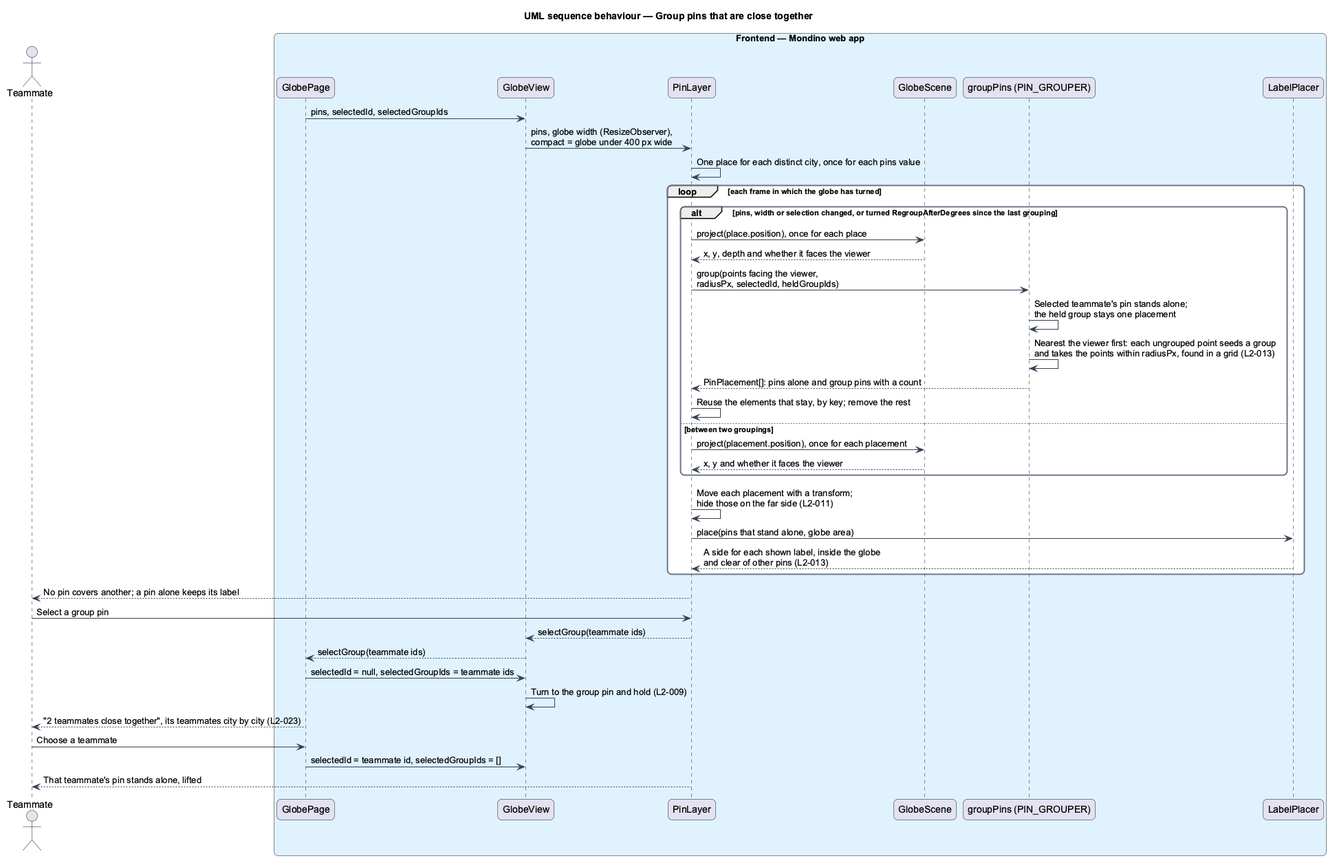
Earlier version of the PlantUML export docs/detailed-designs/globe/show-pins/diagrams/sequence-group-pins.png (QuinntyneBrown/Mondino). The source it was exported from:
```plantuml
@startuml
title UML sequence behaviour — Group pins that are close together
skinparam backgroundColor #FFFFFF
skinparam shadowing false
skinparam roundcorner 12
skinparam defaultFontName Arial
skinparam ArrowColor #344054
skinparam rectangle {
  BorderColor #344054
  FontColor #101828
}
skinparam package {
  BorderColor #667085
  FontColor #101828
  BackgroundColor #F9FAFB
}
actor "Teammate" as actor
box "Frontend — Mondino web app" #E0F2FE
  participant "GlobePage" as page
  participant "GlobeView" as view
  participant "PinLayer" as layer
  participant "GlobeScene" as scene
  participant "groupPins (PIN_GROUPER)" as grouper
  participant "LabelPlacer" as labels
end box
page -> view : pins, selectedId, selectedGroupIds
view -> layer : pins, globe width (ResizeObserver),\ncompact = globe under 400 px wide
layer -> layer : One place for each distinct city, once for each pins value
loop each frame in which the globe has turned
  alt pins, width or selection changed, or turned RegroupAfterDegrees since the last grouping
    layer -> scene : project(place.position), once for each place
    scene --> layer : x, y, depth and whether it faces the viewer
    layer -> grouper : group(points facing the viewer,\nradiusPx, selectedId, heldGroupIds)
    grouper -> grouper : Selected teammate's pin stands alone;\nthe held group stays one placement
    grouper -> grouper : Nearest the viewer first: each ungrouped point seeds a group\nand takes the points within radiusPx, found in a grid (L2-013)
    grouper --> layer : PinPlacement[]: pins alone and group pins with a count
    layer -> layer : Reuse the elements that stay, by key; remove the rest
  else between two groupings
    layer -> scene : project(placement.position), once for each placement
    scene --> layer : x, y and whether it faces the viewer
  end
  layer -> layer : Move each placement with a transform;\nhide those on the far side (L2-011)
  layer -> labels : place(pins that stand alone, globe area)
  labels --> layer : A side for each shown label, inside the globe\nand clear of other pins (L2-013)
end
layer --> actor : No pin covers another; a pin alone keeps its label
actor -> layer : Select a group pin
layer --> view : selectGroup(teammate ids)
view --> page : selectGroup(teammate ids)
page -> view : selectedId = null, selectedGroupIds = teammate ids
view -> view : Turn to the group pin and hold (L2-009)
page --> actor : "2 teammates close together", its teammates city by city (L2-023)
actor -> page : Choose a teammate
page -> view : selectedId = teammate id, selectedGroupIds = []
layer --> actor : That teammate's pin stands alone, lifted
@enduml
```
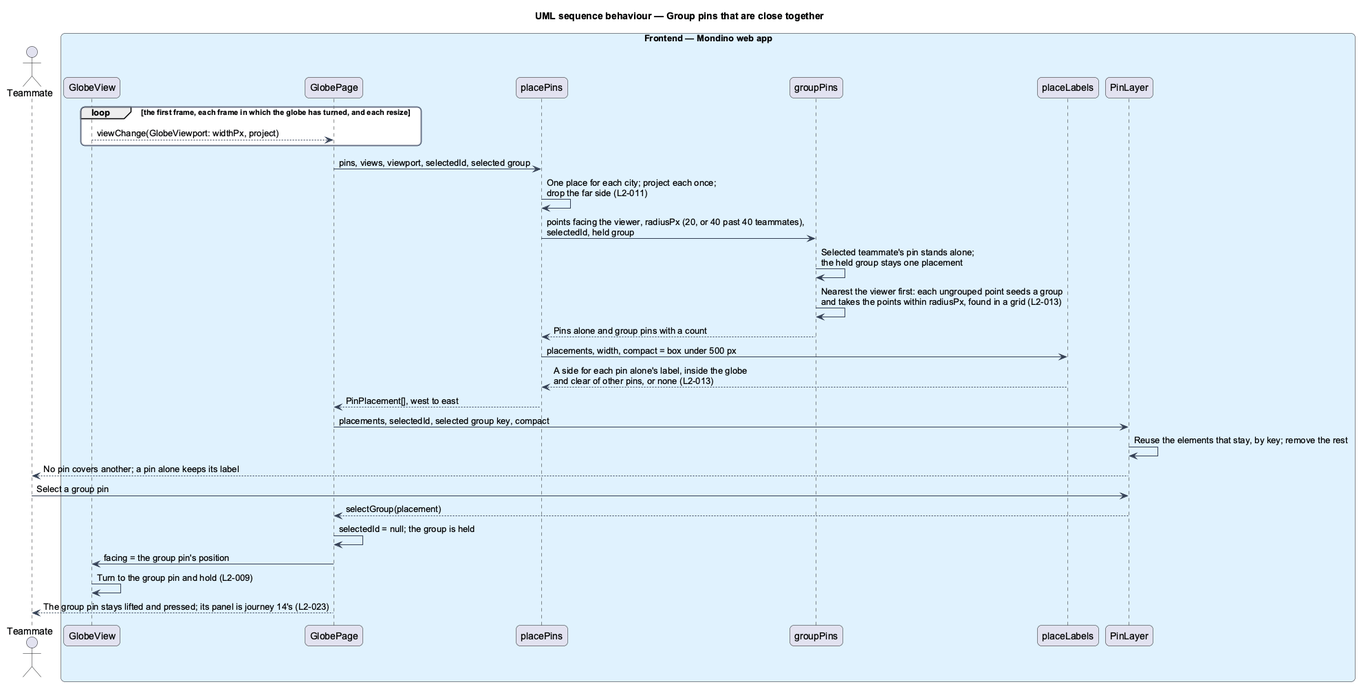
Later version of the same file.

The edit, as a diff of the source:
```diff
@@ -16,41 +16,32 @@
 }
 actor "Teammate" as actor
 box "Frontend — Mondino web app" #E0F2FE
+  participant "GlobeView" as view
   participant "GlobePage" as page
-  participant "GlobeView" as view
+  participant "placePins" as placer
+  participant "groupPins" as grouper
+  participant "placeLabels" as labels
   participant "PinLayer" as layer
-  participant "GlobeScene" as scene
-  participant "groupPins (PIN_GROUPER)" as grouper
-  participant "LabelPlacer" as labels
 end box
-page -> view : pins, selectedId, selectedGroupIds
-view -> layer : pins, globe width (ResizeObserver),\ncompact = globe under 400 px wide
-layer -> layer : One place for each distinct city, once for each pins value
-loop each frame in which the globe has turned
-  alt pins, width or selection changed, or turned RegroupAfterDegrees since the last grouping
-    layer -> scene : project(place.position), once for each place
-    scene --> layer : x, y, depth and whether it faces the viewer
-    layer -> grouper : group(points facing the viewer,\nradiusPx, selectedId, heldGroupIds)
-    grouper -> grouper : Selected teammate's pin stands alone;\nthe held group stays one placement
-    grouper -> grouper : Nearest the viewer first: each ungrouped point seeds a group\nand takes the points within radiusPx, found in a grid (L2-013)
-    grouper --> layer : PinPlacement[]: pins alone and group pins with a count
-    layer -> layer : Reuse the elements that stay, by key; remove the rest
-  else between two groupings
-    layer -> scene : project(placement.position), once for each placement
-    scene --> layer : x, y and whether it faces the viewer
-  end
-  layer -> layer : Move each placement with a transform;\nhide those on the far side (L2-011)
-  layer -> labels : place(pins that stand alone, globe area)
-  labels --> layer : A side for each shown label, inside the globe\nand clear of other pins (L2-013)
+loop the first frame, each frame in which the globe has turned, and each resize
+  view --> page : viewChange(GlobeViewport: widthPx, project)
 end
+page -> placer : pins, views, viewport, selectedId, selected group
+placer -> placer : One place for each city; project each once;\ndrop the far side (L2-011)
+placer -> grouper : points facing the viewer, radiusPx (20, or 40 past 40 teammates),\nselectedId, held group
+grouper -> grouper : Selected teammate's pin stands alone;\nthe held group stays one placement
+grouper -> grouper : Nearest the viewer first: each ungrouped point seeds a group\nand takes the points within radiusPx, found in a grid (L2-013)
+grouper --> placer : Pins alone and group pins with a count
+placer -> labels : placements, width, compact = box under 500 px
+labels --> placer : A side for each pin alone's label, inside the globe\nand clear of other pins, or none (L2-013)
+placer --> page : PinPlacement[], west to east
+page -> layer : placements, selectedId, selected group key, compact
+layer -> layer : Reuse the elements that stay, by key; remove the rest
 layer --> actor : No pin covers another; a pin alone keeps its label
 actor -> layer : Select a group pin
-layer --> view : selectGroup(teammate ids)
-view --> page : selectGroup(teammate ids)
-page -> view : selectedId = null, selectedGroupIds = teammate ids
+layer --> page : selectGroup(placement)
+page -> page : selectedId = null; the group is held
+page -> view : facing = the group pin's position
 view -> view : Turn to the group pin and hold (L2-009)
-page --> actor : "2 teammates close together", its teammates city by city (L2-023)
-actor -> page : Choose a teammate
-page -> view : selectedId = teammate id, selectedGroupIds = []
-layer --> actor : That teammate's pin stands alone, lifted
+page --> actor : The group pin stays lifted and pressed; its panel is journey 14's (L2-023)
 @enduml
```
